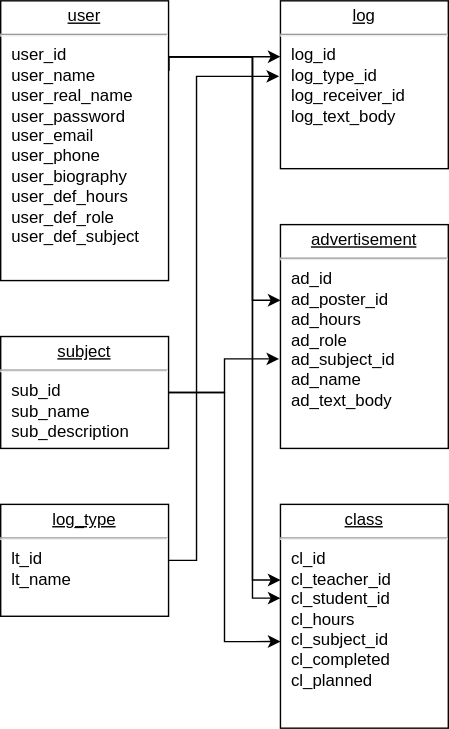
Debelyi-Illia/APTeam keeps this draw.io diagram as Documentation/Project Architect Files/DB.svg. Above is the earlier version. Source tidied: cells renumbered, new cells last; positions are measured from the earlier drawing's top-left corner, leaving out a move shared by most shapes.
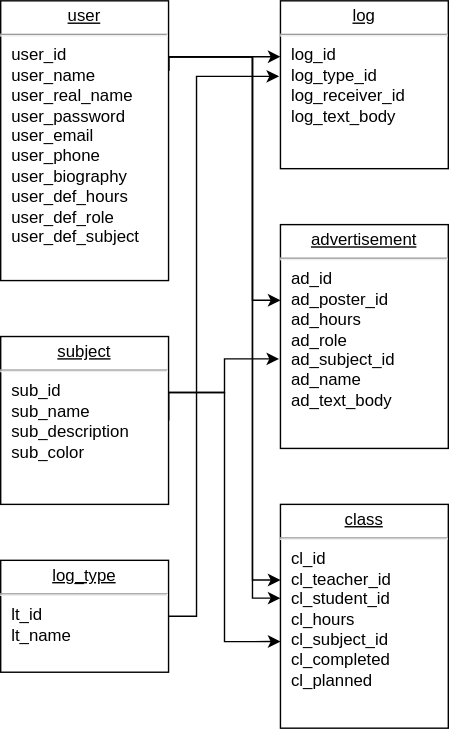
Above is the later version.

What changed in the source:
```diff
@@ -58,8 +58,8 @@
         </Array>
       </mxGeometry>
     </mxCell>
-    <mxCell id="10" value="&lt;p style=&quot;margin:0px;margin-top:4px;text-align:center;text-decoration:underline;&quot;&gt;subject&lt;br&gt;&lt;/p&gt;&lt;hr&gt;&lt;p style=&quot;margin:0px;margin-left:8px;&quot;&gt;sub_id&lt;/p&gt;&lt;p style=&quot;margin:0px;margin-left:8px;&quot;&gt;sub_name&lt;/p&gt;&lt;p style=&quot;margin:0px;margin-left:8px;&quot;&gt;sub_description&lt;/p&gt;" style="verticalAlign=top;align=left;overflow=fill;fontSize=12;fontFamily=Helvetica;html=1;whiteSpace=wrap;" parent="1" vertex="1">
-      <mxGeometry y="240" width="120" height="80" as="geometry" />
+    <mxCell id="10" value="&lt;p style=&quot;margin:0px;margin-top:4px;text-align:center;text-decoration:underline;&quot;&gt;subject&lt;br&gt;&lt;/p&gt;&lt;hr&gt;&lt;p style=&quot;margin:0px;margin-left:8px;&quot;&gt;sub_id&lt;/p&gt;&lt;p style=&quot;margin:0px;margin-left:8px;&quot;&gt;sub_name&lt;/p&gt;&lt;p style=&quot;margin:0px;margin-left:8px;&quot;&gt;sub_description&lt;/p&gt;&lt;p style=&quot;margin:0px;margin-left:8px;&quot;&gt;sub_color&lt;/p&gt;" style="verticalAlign=top;align=left;overflow=fill;fontSize=12;fontFamily=Helvetica;html=1;whiteSpace=wrap;" parent="1" vertex="1">
+      <mxGeometry y="240" width="120" height="120" as="geometry" />
     </mxCell>
     <mxCell id="11" value="&lt;p style=&quot;margin:0px;margin-top:4px;text-align:center;text-decoration:underline;&quot;&gt;advertisement&lt;br&gt;&lt;/p&gt;&lt;hr&gt;&lt;p style=&quot;margin:0px;margin-left:8px;&quot;&gt;ad_id&lt;/p&gt;&lt;p style=&quot;margin:0px;margin-left:8px;&quot;&gt;ad_poster_id&lt;/p&gt;&lt;p style=&quot;margin:0px;margin-left:8px;&quot;&gt;ad_hours&lt;/p&gt;&lt;p style=&quot;margin:0px;margin-left:8px;&quot;&gt;ad_role&lt;/p&gt;&lt;p style=&quot;margin:0px;margin-left:8px;&quot;&gt;ad_subject_id&lt;/p&gt;&lt;p style=&quot;margin:0px;margin-left:8px;&quot;&gt;ad_name&lt;/p&gt;&lt;p style=&quot;margin:0px;margin-left:8px;&quot;&gt;ad_text_body&lt;/p&gt;" style="verticalAlign=top;align=left;overflow=fill;fontSize=12;fontFamily=Helvetica;html=1;whiteSpace=wrap;" parent="1" vertex="1">
       <mxGeometry x="200" y="160" width="120" height="160" as="geometry" />
@@ -68,12 +68,12 @@
       <mxGeometry x="200" y="360" width="120" height="160" as="geometry" />
     </mxCell>
     <mxCell id="13" value="&lt;p style=&quot;margin:0px;margin-top:4px;text-align:center;text-decoration:underline;&quot;&gt;log_type&lt;br&gt;&lt;/p&gt;&lt;hr&gt;&lt;p style=&quot;margin:0px;margin-left:8px;&quot;&gt;lt_id&lt;/p&gt;&lt;p style=&quot;margin:0px;margin-left:8px;&quot;&gt;lt_name&lt;/p&gt;" style="verticalAlign=top;align=left;overflow=fill;fontSize=12;fontFamily=Helvetica;html=1;whiteSpace=wrap;" parent="1" vertex="1">
-      <mxGeometry y="360" width="120" height="80" as="geometry" />
+      <mxGeometry y="400" width="120" height="80" as="geometry" />
     </mxCell>
     <mxCell id="14" style="edgeStyle=orthogonalEdgeStyle;rounded=0;jettySize=auto;html=1;exitX=1;exitY=0.5;exitDx=0;exitDy=0;entryX=-0.008;entryY=0.45;entryDx=0;entryDy=0;entryPerimeter=0;" parent="1" edge="1" source="13" target="7">
       <mxGeometry relative="1" as="geometry">
         <Array as="points">
-          <mxPoint x="140" y="400" />
+          <mxPoint x="140" y="440" />
           <mxPoint x="140" y="54" />
         </Array>
       </mxGeometry>
```
